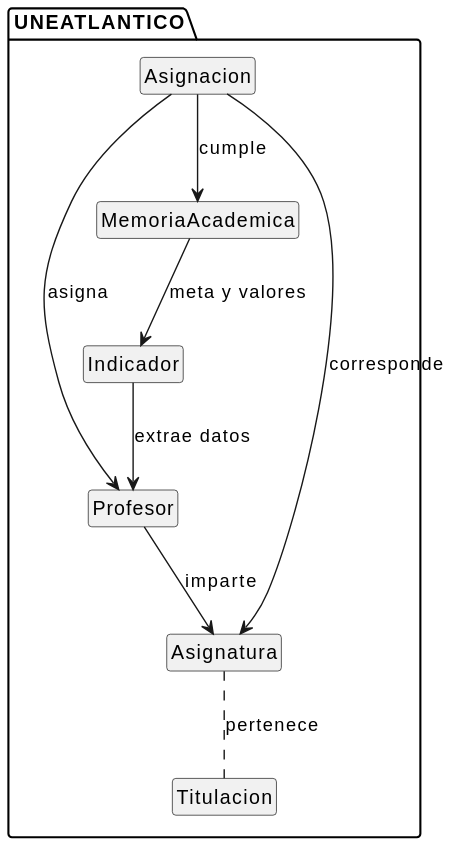
mmasias/24-25-IdSw1-SDR keeps this PlantUML diagram as images/modelosUML/MdD/diagramaDeClases.svg. Above is the earlier version.
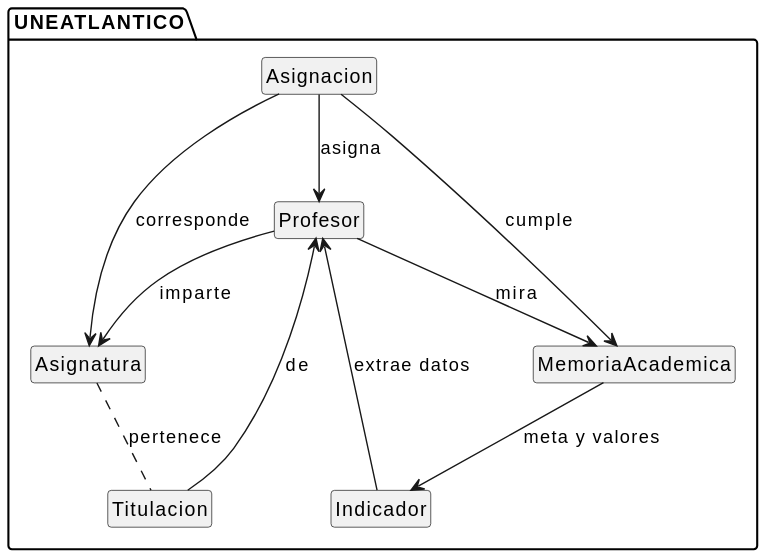
The same file after the commit.

Commit message:
cambio diagrama de clases

Change to the diagram source:
```diff
@@ -9,6 +9,8 @@
     MemoriaAcademica --> Indicador : meta y valores
     Indicador --> Profesor : extrae datos
     Asignatura .. Titulacion : pertenece
+    Titulacion --> Profesor : de
+    Profesor --> MemoriaAcademica : mira
     Profesor --> Asignatura : imparte
 }
 @enduml
```
